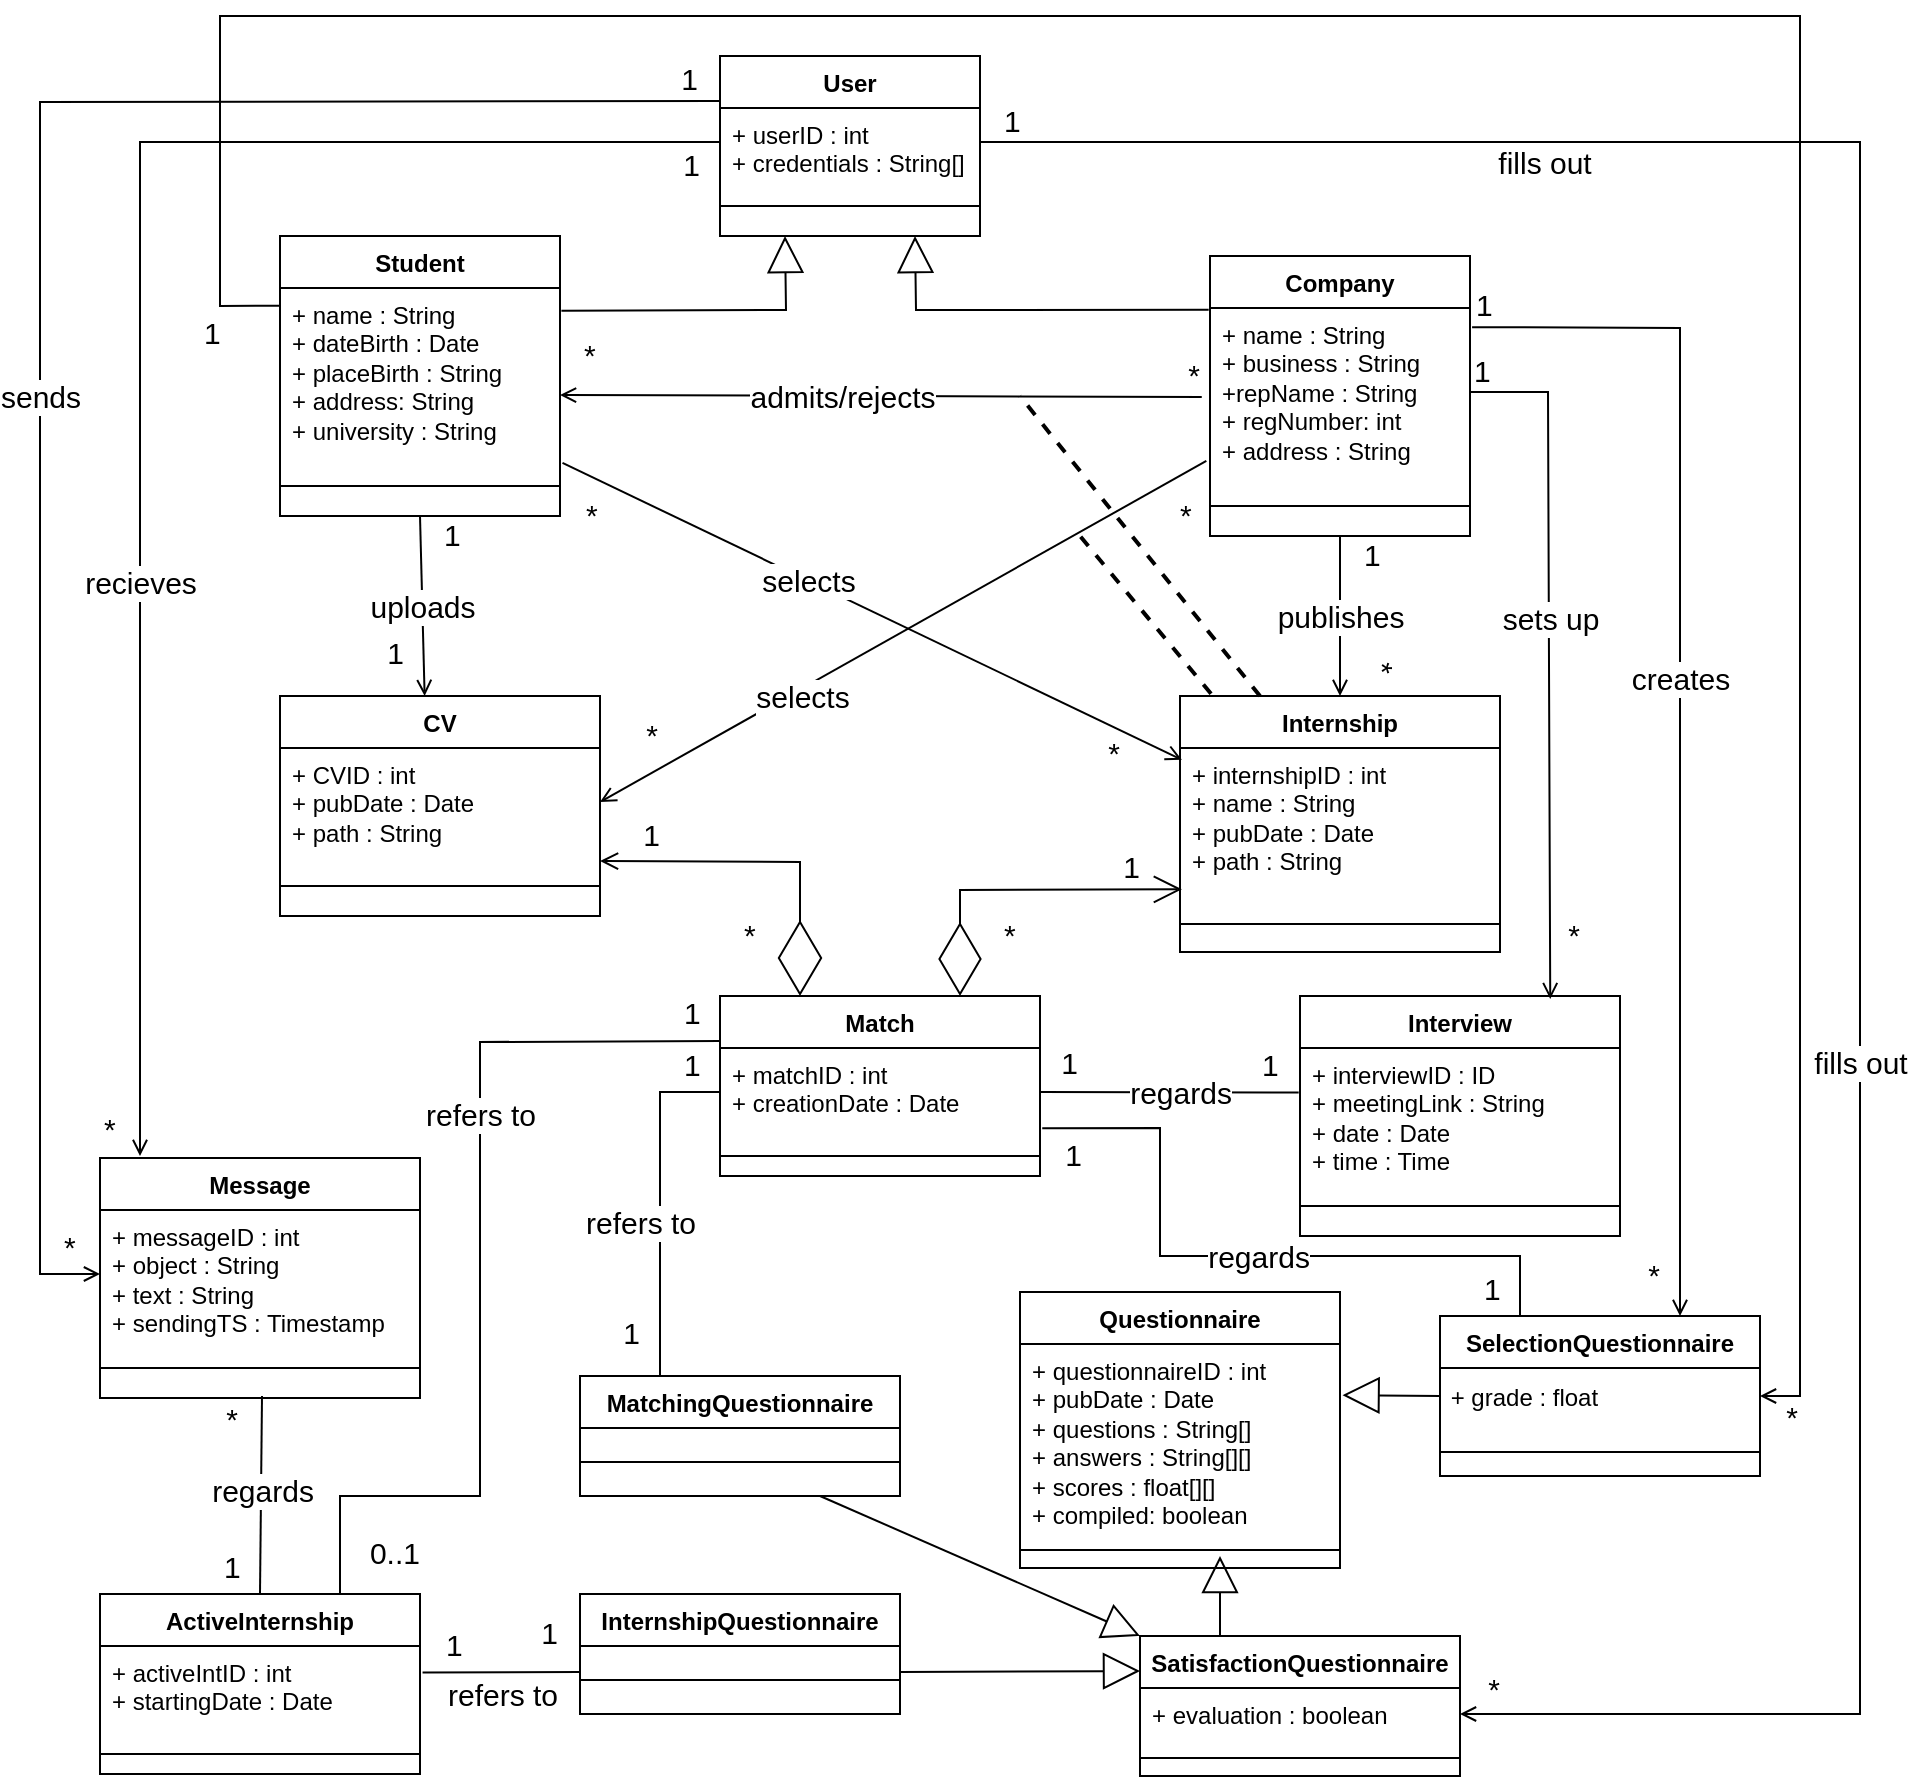
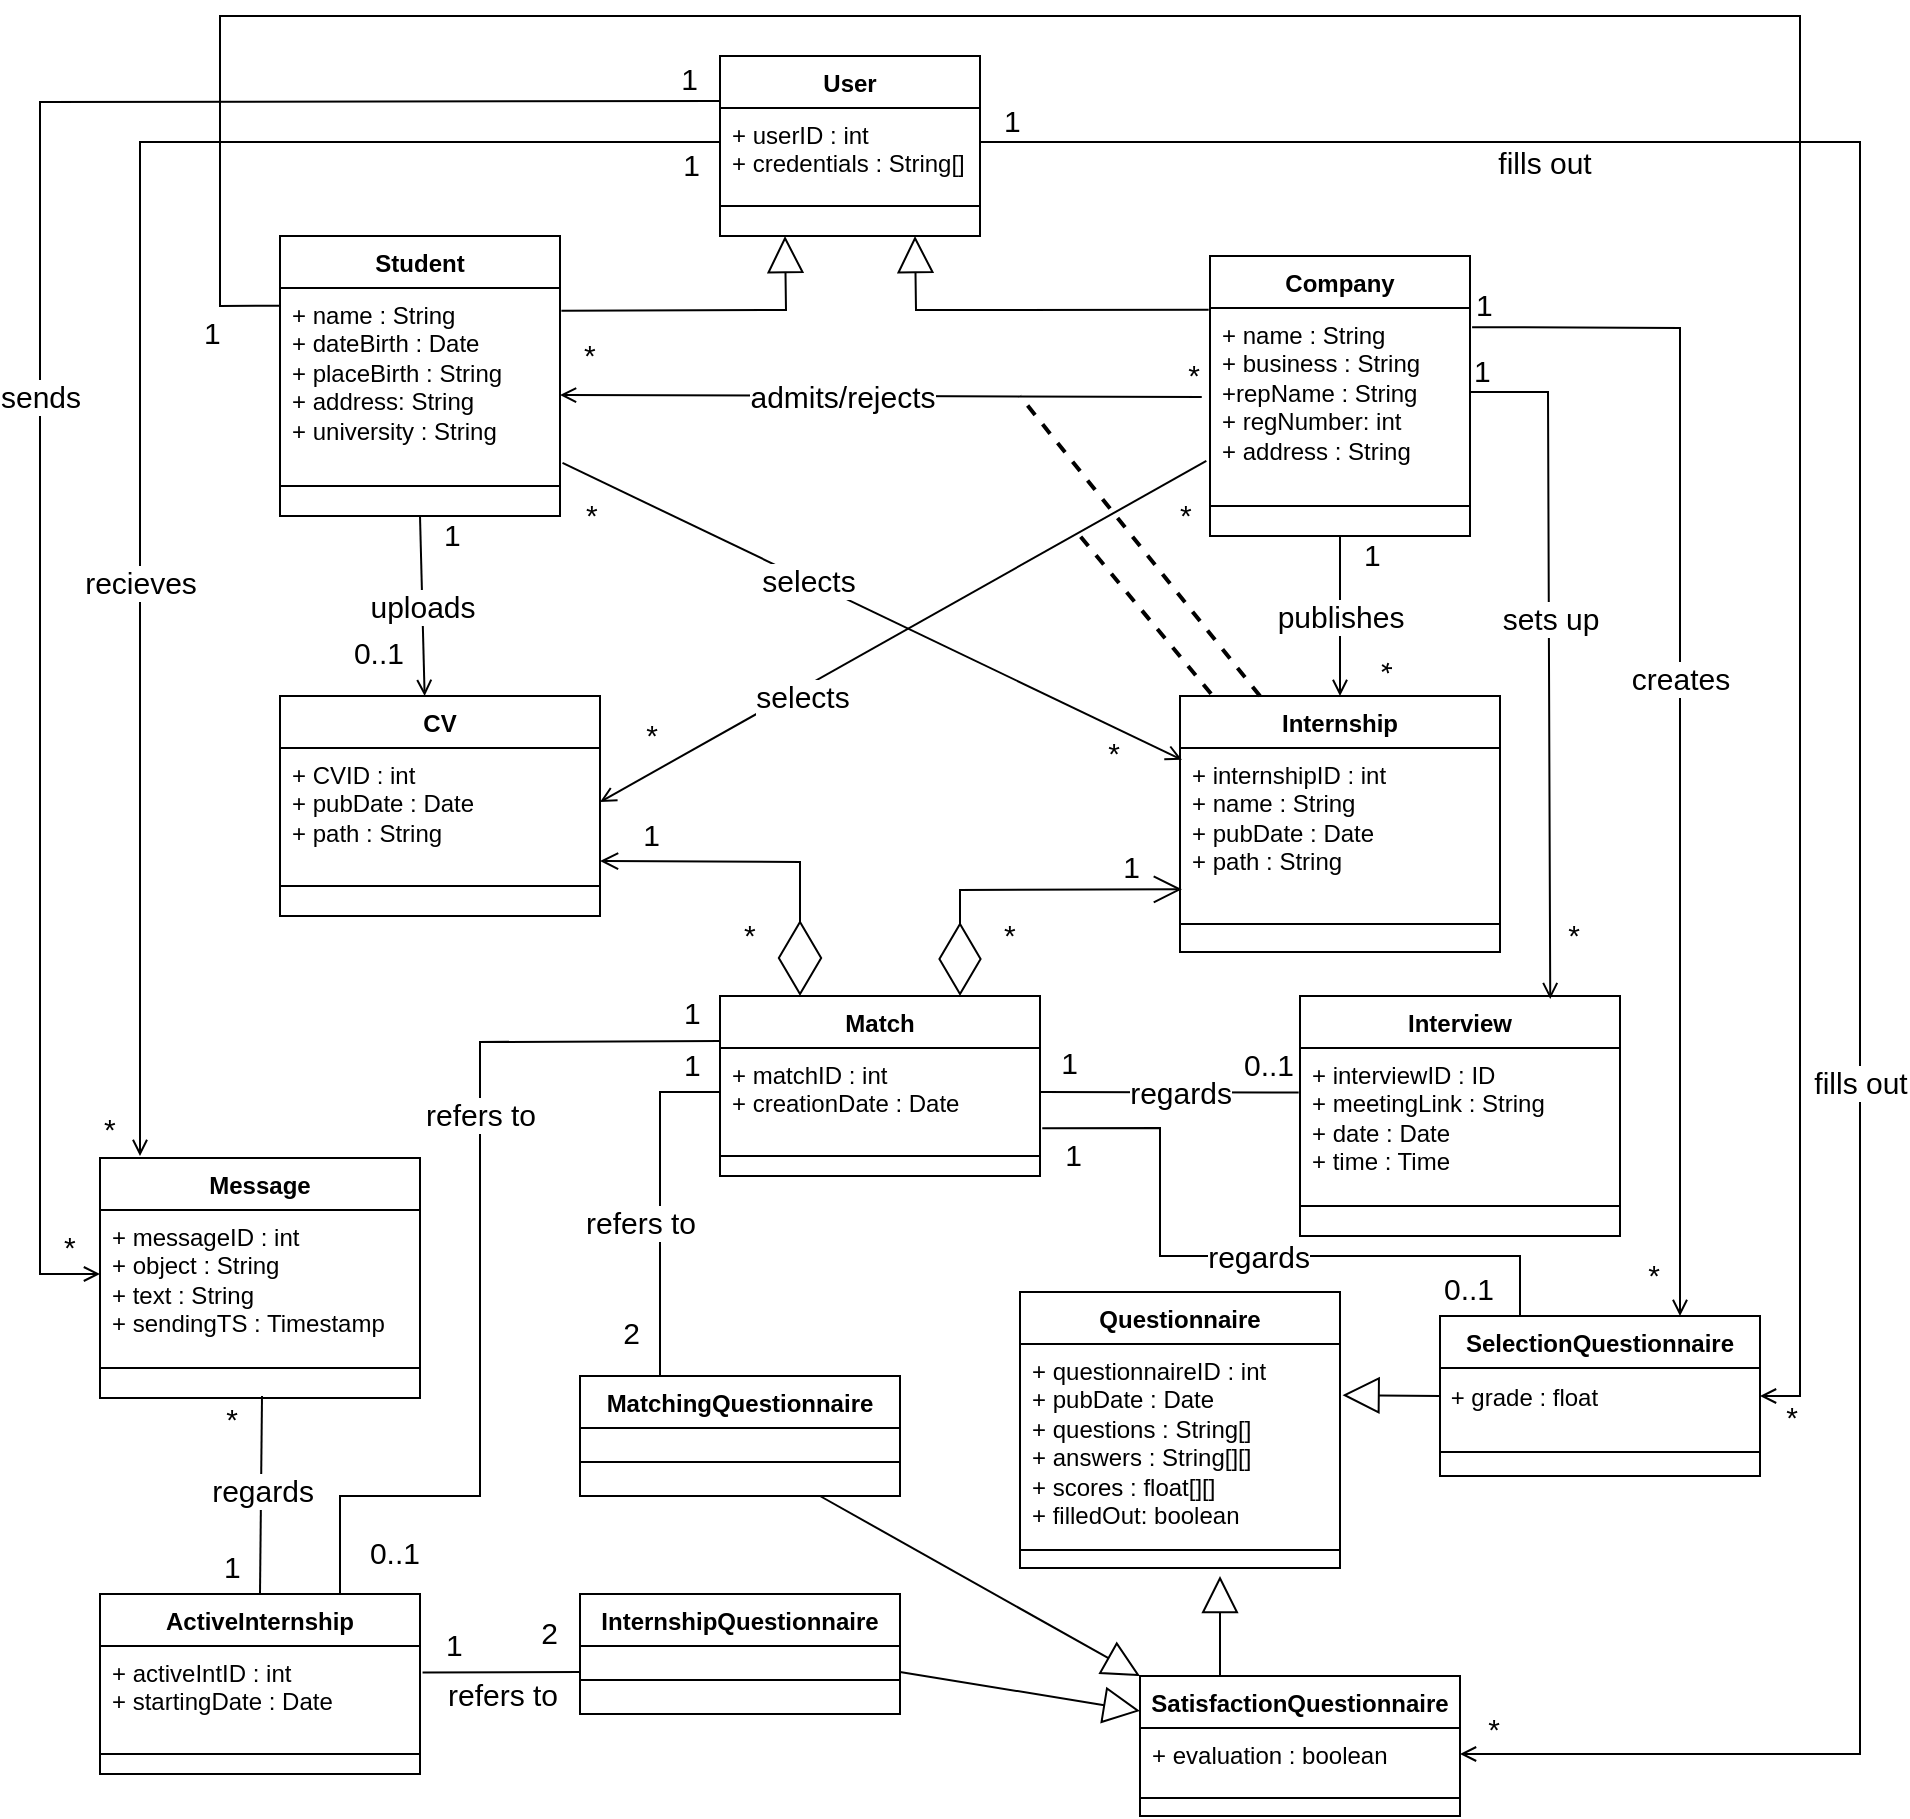
<mxfile host="app.diagrams.net" agent="Mozilla/5.0 (Macintosh; Intel Mac OS X 10_15_7) AppleWebKit/537.36 (KHTML, like Gecko) Chrome/131.0.0.0 Safari/537.36" version="24.9.0">
  <diagram id="C5RBs43oDa-KdzZeNtuy" name="Page-1">
-     <mxGraphModel dx="602" dy="503" grid="1" gridSize="10" guides="1" tooltips="1" connect="1" arrows="1" fold="1" page="1" pageScale="1" pageWidth="827" pageHeight="1169" math="0" shadow="0">
+     <mxGraphModel dx="803" dy="671" grid="1" gridSize="10" guides="1" tooltips="1" connect="1" arrows="1" fold="1" page="1" pageScale="1" pageWidth="827" pageHeight="1169" math="0" shadow="0">
      <root>
        <mxCell id="WIyWlLk6GJQsqaUBKTNV-0" />
        <mxCell id="WIyWlLk6GJQsqaUBKTNV-1" parent="WIyWlLk6GJQsqaUBKTNV-0" />
        <mxCell id="9t8VDN-Mv_ii3HWVubfZ-19" value="Student" style="swimlane;fontStyle=1;align=center;verticalAlign=top;childLayout=stackLayout;horizontal=1;startSize=26;horizontalStack=0;resizeParent=1;resizeParentMax=0;resizeLast=0;collapsible=1;marginBottom=0;whiteSpace=wrap;html=1;" parent="WIyWlLk6GJQsqaUBKTNV-1" vertex="1">
          <mxGeometry x="170" y="170" width="140" height="140" as="geometry" />
        </mxCell>
        <mxCell id="9t8VDN-Mv_ii3HWVubfZ-20" value="+ name : String&lt;div&gt;+ dateBirth : Date&lt;/div&gt;&lt;div&gt;+ placeBirth : String&lt;/div&gt;&lt;div&gt;+ address: String&lt;/div&gt;&lt;div&gt;+ university : String&lt;/div&gt;" style="text;strokeColor=none;fillColor=none;align=left;verticalAlign=top;spacingLeft=4;spacingRight=4;overflow=hidden;rotatable=0;points=[[0,0.5],[1,0.5]];portConstraint=eastwest;whiteSpace=wrap;html=1;" parent="9t8VDN-Mv_ii3HWVubfZ-19" vertex="1">
          <mxGeometry y="26" width="140" height="84" as="geometry" />
        </mxCell>
        <mxCell id="9t8VDN-Mv_ii3HWVubfZ-21" value="" style="line;strokeWidth=1;fillColor=none;align=left;verticalAlign=middle;spacingTop=-1;spacingLeft=3;spacingRight=3;rotatable=0;labelPosition=right;points=[];portConstraint=eastwest;strokeColor=inherit;" parent="9t8VDN-Mv_ii3HWVubfZ-19" vertex="1">
          <mxGeometry y="110" width="140" height="30" as="geometry" />
        </mxCell>
        <mxCell id="9t8VDN-Mv_ii3HWVubfZ-29" value="Company" style="swimlane;fontStyle=1;align=center;verticalAlign=top;childLayout=stackLayout;horizontal=1;startSize=26;horizontalStack=0;resizeParent=1;resizeParentMax=0;resizeLast=0;collapsible=1;marginBottom=0;whiteSpace=wrap;html=1;" parent="WIyWlLk6GJQsqaUBKTNV-1" vertex="1">
          <mxGeometry x="635" y="180" width="130" height="140" as="geometry" />
        </mxCell>
        <mxCell id="9t8VDN-Mv_ii3HWVubfZ-30" value="+ name : String&lt;div&gt;+ business : String&lt;/div&gt;&lt;div&gt;+repName : String&lt;/div&gt;&lt;div&gt;+ regNumber: int&lt;/div&gt;&lt;div&gt;+ address : String&lt;/div&gt;" style="text;strokeColor=none;fillColor=none;align=left;verticalAlign=top;spacingLeft=4;spacingRight=4;overflow=hidden;rotatable=0;points=[[0,0.5],[1,0.5]];portConstraint=eastwest;whiteSpace=wrap;html=1;" parent="9t8VDN-Mv_ii3HWVubfZ-29" vertex="1">
          <mxGeometry y="26" width="130" height="84" as="geometry" />
        </mxCell>
        <mxCell id="9t8VDN-Mv_ii3HWVubfZ-31" value="" style="line;strokeWidth=1;fillColor=none;align=left;verticalAlign=middle;spacingTop=-1;spacingLeft=3;spacingRight=3;rotatable=0;labelPosition=right;points=[];portConstraint=eastwest;strokeColor=inherit;" parent="9t8VDN-Mv_ii3HWVubfZ-29" vertex="1">
          <mxGeometry y="110" width="130" height="30" as="geometry" />
        </mxCell>
        <mxCell id="9t8VDN-Mv_ii3HWVubfZ-36" value="" style="endArrow=block;endSize=16;endFill=0;html=1;rounded=0;exitX=-0.005;exitY=0.01;exitDx=0;exitDy=0;entryX=0.75;entryY=1;entryDx=0;entryDy=0;exitPerimeter=0;" parent="WIyWlLk6GJQsqaUBKTNV-1" source="9t8VDN-Mv_ii3HWVubfZ-30" target="9t8VDN-Mv_ii3HWVubfZ-43" edge="1">
          <mxGeometry width="160" relative="1" as="geometry">
            <mxPoint x="510" y="310" as="sourcePoint" />
            <mxPoint x="270" y="100" as="targetPoint" />
            <Array as="points">
              <mxPoint x="488" y="207" />
            </Array>
          </mxGeometry>
        </mxCell>
        <mxCell id="9t8VDN-Mv_ii3HWVubfZ-37" value="" style="endArrow=block;endSize=16;endFill=0;html=1;rounded=0;exitX=1.005;exitY=0.136;exitDx=0;exitDy=0;entryX=0.25;entryY=1;entryDx=0;entryDy=0;exitPerimeter=0;" parent="WIyWlLk6GJQsqaUBKTNV-1" source="9t8VDN-Mv_ii3HWVubfZ-20" target="9t8VDN-Mv_ii3HWVubfZ-43" edge="1">
          <mxGeometry width="160" relative="1" as="geometry">
            <mxPoint x="510" y="310" as="sourcePoint" />
            <mxPoint x="520" y="30" as="targetPoint" />
            <Array as="points">
              <mxPoint x="423" y="207" />
            </Array>
          </mxGeometry>
        </mxCell>
        <mxCell id="9t8VDN-Mv_ii3HWVubfZ-39" value="CV" style="swimlane;fontStyle=1;align=center;verticalAlign=top;childLayout=stackLayout;horizontal=1;startSize=26;horizontalStack=0;resizeParent=1;resizeParentMax=0;resizeLast=0;collapsible=1;marginBottom=0;whiteSpace=wrap;html=1;" parent="WIyWlLk6GJQsqaUBKTNV-1" vertex="1">
          <mxGeometry x="170" y="400" width="160" height="110" as="geometry" />
        </mxCell>
        <mxCell id="9t8VDN-Mv_ii3HWVubfZ-40" value="+ CVID : int&lt;div&gt;+ pubDate : Date&lt;br&gt;&lt;div&gt;+ path : String&lt;br&gt;&lt;div&gt;&lt;br&gt;&lt;/div&gt;&lt;/div&gt;&lt;/div&gt;" style="text;strokeColor=none;fillColor=none;align=left;verticalAlign=top;spacingLeft=4;spacingRight=4;overflow=hidden;rotatable=0;points=[[0,0.5],[1,0.5]];portConstraint=eastwest;whiteSpace=wrap;html=1;" parent="9t8VDN-Mv_ii3HWVubfZ-39" vertex="1">
          <mxGeometry y="26" width="160" height="54" as="geometry" />
        </mxCell>
        <mxCell id="9t8VDN-Mv_ii3HWVubfZ-41" value="" style="line;strokeWidth=1;fillColor=none;align=left;verticalAlign=middle;spacingTop=-1;spacingLeft=3;spacingRight=3;rotatable=0;labelPosition=right;points=[];portConstraint=eastwest;strokeColor=inherit;" parent="9t8VDN-Mv_ii3HWVubfZ-39" vertex="1">
          <mxGeometry y="80" width="160" height="30" as="geometry" />
        </mxCell>
        <mxCell id="9t8VDN-Mv_ii3HWVubfZ-43" value="User" style="swimlane;fontStyle=1;align=center;verticalAlign=top;childLayout=stackLayout;horizontal=1;startSize=26;horizontalStack=0;resizeParent=1;resizeParentMax=0;resizeLast=0;collapsible=1;marginBottom=0;whiteSpace=wrap;html=1;" parent="WIyWlLk6GJQsqaUBKTNV-1" vertex="1">
          <mxGeometry x="390" y="80" width="130" height="90" as="geometry" />
        </mxCell>
        <mxCell id="9t8VDN-Mv_ii3HWVubfZ-44" value="&lt;div&gt;+ userID : int&lt;/div&gt;+ credentials : String[]" style="text;strokeColor=none;fillColor=none;align=left;verticalAlign=top;spacingLeft=4;spacingRight=4;overflow=hidden;rotatable=0;points=[[0,0.5],[1,0.5]];portConstraint=eastwest;whiteSpace=wrap;html=1;" parent="9t8VDN-Mv_ii3HWVubfZ-43" vertex="1">
          <mxGeometry y="26" width="130" height="34" as="geometry" />
        </mxCell>
        <mxCell id="9t8VDN-Mv_ii3HWVubfZ-45" value="" style="line;strokeWidth=1;fillColor=none;align=left;verticalAlign=middle;spacingTop=-1;spacingLeft=3;spacingRight=3;rotatable=0;labelPosition=right;points=[];portConstraint=eastwest;strokeColor=inherit;" parent="9t8VDN-Mv_ii3HWVubfZ-43" vertex="1">
          <mxGeometry y="60" width="130" height="30" as="geometry" />
        </mxCell>
        <mxCell id="9t8VDN-Mv_ii3HWVubfZ-49" value="" style="endArrow=open;html=1;rounded=0;startArrow=none;startFill=0;endFill=0;entryX=0.452;entryY=0;entryDx=0;entryDy=0;entryPerimeter=0;exitX=0.5;exitY=1;exitDx=0;exitDy=0;" parent="WIyWlLk6GJQsqaUBKTNV-1" source="9t8VDN-Mv_ii3HWVubfZ-19" target="9t8VDN-Mv_ii3HWVubfZ-39" edge="1">
          <mxGeometry relative="1" as="geometry">
            <mxPoint x="380" y="220" as="sourcePoint" />
            <mxPoint x="340" y="240" as="targetPoint" />
            <Array as="points" />
          </mxGeometry>
        </mxCell>
        <mxCell id="9t8VDN-Mv_ii3HWVubfZ-50" value="&lt;font style=&quot;font-size: 15px;&quot;&gt;uploads&lt;/font&gt;" style="edgeLabel;resizable=0;html=1;;align=center;verticalAlign=middle;" parent="9t8VDN-Mv_ii3HWVubfZ-49" connectable="0" vertex="1">
          <mxGeometry relative="1" as="geometry" />
        </mxCell>
        <mxCell id="9t8VDN-Mv_ii3HWVubfZ-51" value="&lt;font style=&quot;font-size: 15px;&quot;&gt;1&lt;/font&gt;" style="edgeLabel;resizable=0;html=1;;align=left;verticalAlign=bottom;" parent="9t8VDN-Mv_ii3HWVubfZ-49" connectable="0" vertex="1">
          <mxGeometry x="-1" relative="1" as="geometry">
            <mxPoint x="10" y="20" as="offset" />
          </mxGeometry>
        </mxCell>
-         <mxCell id="9t8VDN-Mv_ii3HWVubfZ-52" value="&lt;font style=&quot;font-size: 15px;&quot;&gt;1&lt;/font&gt;" style="edgeLabel;resizable=0;html=1;;align=right;verticalAlign=bottom;" parent="9t8VDN-Mv_ii3HWVubfZ-49" connectable="0" vertex="1">
+         <mxCell id="9t8VDN-Mv_ii3HWVubfZ-52" value="&lt;font style=&quot;font-size: 15px;&quot;&gt;0..1&lt;/font&gt;" style="edgeLabel;resizable=0;html=1;;align=right;verticalAlign=bottom;" parent="9t8VDN-Mv_ii3HWVubfZ-49" connectable="0" vertex="1">
          <mxGeometry x="1" relative="1" as="geometry">
            <mxPoint x="-10" y="-10" as="offset" />
          </mxGeometry>
        </mxCell>
        <mxCell id="9t8VDN-Mv_ii3HWVubfZ-53" value="Internship" style="swimlane;fontStyle=1;align=center;verticalAlign=top;childLayout=stackLayout;horizontal=1;startSize=26;horizontalStack=0;resizeParent=1;resizeParentMax=0;resizeLast=0;collapsible=1;marginBottom=0;whiteSpace=wrap;html=1;" parent="WIyWlLk6GJQsqaUBKTNV-1" vertex="1">
          <mxGeometry x="620" y="400" width="160" height="128" as="geometry" />
        </mxCell>
        <mxCell id="9t8VDN-Mv_ii3HWVubfZ-54" value="+ internshipID : int&lt;div&gt;+ name : String&lt;br&gt;&lt;div&gt;+ pubDate : Date&lt;/div&gt;&lt;div&gt;+ path : String&lt;/div&gt;&lt;div&gt;&lt;br&gt;&lt;/div&gt;&lt;/div&gt;" style="text;strokeColor=none;fillColor=none;align=left;verticalAlign=top;spacingLeft=4;spacingRight=4;overflow=hidden;rotatable=0;points=[[0,0.5],[1,0.5]];portConstraint=eastwest;whiteSpace=wrap;html=1;" parent="9t8VDN-Mv_ii3HWVubfZ-53" vertex="1">
          <mxGeometry y="26" width="160" height="74" as="geometry" />
        </mxCell>
        <mxCell id="9t8VDN-Mv_ii3HWVubfZ-55" value="" style="line;strokeWidth=1;fillColor=none;align=left;verticalAlign=middle;spacingTop=-1;spacingLeft=3;spacingRight=3;rotatable=0;labelPosition=right;points=[];portConstraint=eastwest;strokeColor=inherit;" parent="9t8VDN-Mv_ii3HWVubfZ-53" vertex="1">
          <mxGeometry y="100" width="160" height="28" as="geometry" />
        </mxCell>
        <mxCell id="9t8VDN-Mv_ii3HWVubfZ-57" value="" style="endArrow=open;html=1;rounded=0;startArrow=none;startFill=0;endFill=0;entryX=0.5;entryY=0;entryDx=0;entryDy=0;exitX=0.5;exitY=1;exitDx=0;exitDy=0;" parent="WIyWlLk6GJQsqaUBKTNV-1" source="9t8VDN-Mv_ii3HWVubfZ-29" target="9t8VDN-Mv_ii3HWVubfZ-53" edge="1">
          <mxGeometry relative="1" as="geometry">
            <mxPoint x="730" y="230" as="sourcePoint" />
            <mxPoint x="730" y="350" as="targetPoint" />
            <Array as="points" />
          </mxGeometry>
        </mxCell>
        <mxCell id="9t8VDN-Mv_ii3HWVubfZ-58" value="&lt;font style=&quot;font-size: 15px;&quot;&gt;publishes&lt;/font&gt;" style="edgeLabel;resizable=0;html=1;;align=center;verticalAlign=middle;" parent="9t8VDN-Mv_ii3HWVubfZ-57" connectable="0" vertex="1">
          <mxGeometry relative="1" as="geometry" />
        </mxCell>
        <mxCell id="9t8VDN-Mv_ii3HWVubfZ-59" value="&lt;font style=&quot;font-size: 15px;&quot;&gt;1&lt;/font&gt;" style="edgeLabel;resizable=0;html=1;;align=left;verticalAlign=bottom;" parent="9t8VDN-Mv_ii3HWVubfZ-57" connectable="0" vertex="1">
          <mxGeometry x="-1" relative="1" as="geometry">
            <mxPoint x="10" y="20" as="offset" />
          </mxGeometry>
        </mxCell>
        <mxCell id="9t8VDN-Mv_ii3HWVubfZ-60" value="&lt;font style=&quot;font-size: 15px;&quot;&gt;*&lt;/font&gt;" style="edgeLabel;resizable=0;html=1;;align=right;verticalAlign=bottom;rotation=90;" parent="9t8VDN-Mv_ii3HWVubfZ-57" connectable="0" vertex="1">
          <mxGeometry x="1" relative="1" as="geometry">
            <mxPoint x="11" y="-11" as="offset" />
          </mxGeometry>
        </mxCell>
        <mxCell id="9t8VDN-Mv_ii3HWVubfZ-72" value="" style="endArrow=open;html=1;rounded=0;startArrow=none;startFill=0;endFill=0;exitX=1.009;exitY=1.041;exitDx=0;exitDy=0;exitPerimeter=0;entryX=0.006;entryY=0.08;entryDx=0;entryDy=0;entryPerimeter=0;" parent="WIyWlLk6GJQsqaUBKTNV-1" source="9t8VDN-Mv_ii3HWVubfZ-20" target="9t8VDN-Mv_ii3HWVubfZ-54" edge="1">
          <mxGeometry relative="1" as="geometry">
            <mxPoint x="370" y="440" as="sourcePoint" />
            <mxPoint x="560" y="460" as="targetPoint" />
            <Array as="points" />
          </mxGeometry>
        </mxCell>
        <mxCell id="9t8VDN-Mv_ii3HWVubfZ-73" value="&lt;font style=&quot;font-size: 15px;&quot;&gt;selects&lt;/font&gt;" style="edgeLabel;resizable=0;html=1;;align=center;verticalAlign=middle;" parent="9t8VDN-Mv_ii3HWVubfZ-72" connectable="0" vertex="1">
          <mxGeometry relative="1" as="geometry">
            <mxPoint x="-32" y="-16" as="offset" />
          </mxGeometry>
        </mxCell>
        <mxCell id="9t8VDN-Mv_ii3HWVubfZ-74" value="&lt;font style=&quot;font-size: 15px;&quot;&gt;*&lt;/font&gt;" style="edgeLabel;resizable=0;html=1;;align=left;verticalAlign=bottom;" parent="9t8VDN-Mv_ii3HWVubfZ-72" connectable="0" vertex="1">
          <mxGeometry x="-1" relative="1" as="geometry">
            <mxPoint x="10" y="37" as="offset" />
          </mxGeometry>
        </mxCell>
        <mxCell id="9t8VDN-Mv_ii3HWVubfZ-75" value="&lt;font style=&quot;font-size: 15px;&quot;&gt;*&lt;/font&gt;" style="edgeLabel;resizable=0;html=1;;align=right;verticalAlign=bottom;" parent="9t8VDN-Mv_ii3HWVubfZ-72" connectable="0" vertex="1">
          <mxGeometry x="1" relative="1" as="geometry">
            <mxPoint x="-31" y="8" as="offset" />
          </mxGeometry>
        </mxCell>
        <mxCell id="9t8VDN-Mv_ii3HWVubfZ-80" value="Match" style="swimlane;fontStyle=1;align=center;verticalAlign=top;childLayout=stackLayout;horizontal=1;startSize=26;horizontalStack=0;resizeParent=1;resizeParentMax=0;resizeLast=0;collapsible=1;marginBottom=0;whiteSpace=wrap;html=1;" parent="WIyWlLk6GJQsqaUBKTNV-1" vertex="1">
          <mxGeometry x="390" y="550" width="160" height="90" as="geometry" />
        </mxCell>
        <mxCell id="9t8VDN-Mv_ii3HWVubfZ-81" value="+ matchID : int&lt;div&gt;+ creationDate : Date&lt;/div&gt;" style="text;strokeColor=none;fillColor=none;align=left;verticalAlign=top;spacingLeft=4;spacingRight=4;overflow=hidden;rotatable=0;points=[[0,0.5],[1,0.5]];portConstraint=eastwest;whiteSpace=wrap;html=1;" parent="9t8VDN-Mv_ii3HWVubfZ-80" vertex="1">
          <mxGeometry y="26" width="160" height="44" as="geometry" />
        </mxCell>
        <mxCell id="9t8VDN-Mv_ii3HWVubfZ-82" value="" style="line;strokeWidth=1;fillColor=none;align=left;verticalAlign=middle;spacingTop=-1;spacingLeft=3;spacingRight=3;rotatable=0;labelPosition=right;points=[];portConstraint=eastwest;strokeColor=inherit;" parent="9t8VDN-Mv_ii3HWVubfZ-80" vertex="1">
          <mxGeometry y="70" width="160" height="20" as="geometry" />
        </mxCell>
        <mxCell id="9t8VDN-Mv_ii3HWVubfZ-84" value="" style="endArrow=open;html=1;rounded=0;startArrow=none;startFill=0;endFill=0;exitX=-0.014;exitY=0.91;exitDx=0;exitDy=0;entryX=1;entryY=0.5;entryDx=0;entryDy=0;exitPerimeter=0;" parent="WIyWlLk6GJQsqaUBKTNV-1" source="9t8VDN-Mv_ii3HWVubfZ-30" target="9t8VDN-Mv_ii3HWVubfZ-40" edge="1">
          <mxGeometry relative="1" as="geometry">
            <mxPoint x="610" y="320" as="sourcePoint" />
            <mxPoint x="650" y="290" as="targetPoint" />
            <Array as="points" />
          </mxGeometry>
        </mxCell>
        <mxCell id="9t8VDN-Mv_ii3HWVubfZ-85" value="&lt;font style=&quot;font-size: 15px;&quot;&gt;selects&lt;/font&gt;" style="edgeLabel;resizable=0;html=1;;align=center;verticalAlign=middle;" parent="9t8VDN-Mv_ii3HWVubfZ-84" connectable="0" vertex="1">
          <mxGeometry relative="1" as="geometry">
            <mxPoint x="-51" y="32" as="offset" />
          </mxGeometry>
        </mxCell>
        <mxCell id="9t8VDN-Mv_ii3HWVubfZ-86" value="&lt;font style=&quot;font-size: 15px;&quot;&gt;*&lt;/font&gt;" style="edgeLabel;resizable=0;html=1;;align=left;verticalAlign=bottom;" parent="9t8VDN-Mv_ii3HWVubfZ-84" connectable="0" vertex="1">
          <mxGeometry x="-1" relative="1" as="geometry">
            <mxPoint x="-15" y="38" as="offset" />
          </mxGeometry>
        </mxCell>
        <mxCell id="9t8VDN-Mv_ii3HWVubfZ-87" value="&lt;font style=&quot;font-size: 15px;&quot;&gt;*&lt;/font&gt;" style="edgeLabel;resizable=0;html=1;;align=right;verticalAlign=bottom;" parent="9t8VDN-Mv_ii3HWVubfZ-84" connectable="0" vertex="1">
          <mxGeometry x="1" relative="1" as="geometry">
            <mxPoint x="30" y="-23" as="offset" />
          </mxGeometry>
        </mxCell>
        <mxCell id="9t8VDN-Mv_ii3HWVubfZ-89" value="" style="endArrow=open;html=1;rounded=0;startArrow=diamondThin;startFill=0;targetPerimeterSpacing=0;endSize=7;startSize=35;entryX=1;entryY=0.75;entryDx=0;entryDy=0;endFill=0;exitX=0.25;exitY=0;exitDx=0;exitDy=0;" parent="WIyWlLk6GJQsqaUBKTNV-1" source="9t8VDN-Mv_ii3HWVubfZ-80" target="9t8VDN-Mv_ii3HWVubfZ-39" edge="1">
          <mxGeometry relative="1" as="geometry">
            <mxPoint x="510" y="450" as="sourcePoint" />
            <mxPoint x="350" y="350" as="targetPoint" />
            <Array as="points">
              <mxPoint x="430" y="483" />
            </Array>
          </mxGeometry>
        </mxCell>
        <mxCell id="9t8VDN-Mv_ii3HWVubfZ-91" value="&lt;font style=&quot;font-size: 15px;&quot;&gt;*&lt;/font&gt;" style="edgeLabel;resizable=0;html=1;;align=left;verticalAlign=bottom;" parent="9t8VDN-Mv_ii3HWVubfZ-89" connectable="0" vertex="1">
          <mxGeometry x="-1" relative="1" as="geometry">
            <mxPoint x="-30" y="-20" as="offset" />
          </mxGeometry>
        </mxCell>
        <mxCell id="9t8VDN-Mv_ii3HWVubfZ-92" value="&lt;font style=&quot;font-size: 15px;&quot;&gt;1&lt;/font&gt;" style="edgeLabel;resizable=0;html=1;;align=right;verticalAlign=bottom;" parent="9t8VDN-Mv_ii3HWVubfZ-89" connectable="0" vertex="1">
          <mxGeometry x="1" relative="1" as="geometry">
            <mxPoint x="30" y="-2" as="offset" />
          </mxGeometry>
        </mxCell>
        <mxCell id="9t8VDN-Mv_ii3HWVubfZ-93" value="" style="endArrow=open;html=1;rounded=0;exitX=0.75;exitY=0;exitDx=0;exitDy=0;startArrow=diamondThin;startFill=0;endSize=12;startSize=34;endFill=0;entryX=0.006;entryY=0.955;entryDx=0;entryDy=0;entryPerimeter=0;" parent="WIyWlLk6GJQsqaUBKTNV-1" source="9t8VDN-Mv_ii3HWVubfZ-80" target="9t8VDN-Mv_ii3HWVubfZ-54" edge="1">
          <mxGeometry relative="1" as="geometry">
            <mxPoint x="650" y="426" as="sourcePoint" />
            <mxPoint x="910" y="300" as="targetPoint" />
            <Array as="points">
              <mxPoint x="510" y="497" />
            </Array>
          </mxGeometry>
        </mxCell>
        <mxCell id="9t8VDN-Mv_ii3HWVubfZ-95" value="&lt;font style=&quot;font-size: 15px;&quot;&gt;*&lt;/font&gt;" style="edgeLabel;resizable=0;html=1;;align=left;verticalAlign=bottom;" parent="9t8VDN-Mv_ii3HWVubfZ-93" connectable="0" vertex="1">
          <mxGeometry x="-1" relative="1" as="geometry">
            <mxPoint x="20" y="-20" as="offset" />
          </mxGeometry>
        </mxCell>
        <mxCell id="9t8VDN-Mv_ii3HWVubfZ-96" value="&lt;font style=&quot;font-size: 15px;&quot;&gt;1&lt;/font&gt;" style="edgeLabel;resizable=0;html=1;;align=right;verticalAlign=bottom;" parent="9t8VDN-Mv_ii3HWVubfZ-93" connectable="0" vertex="1">
          <mxGeometry x="1" relative="1" as="geometry">
            <mxPoint x="-20" as="offset" />
          </mxGeometry>
        </mxCell>
        <mxCell id="9t8VDN-Mv_ii3HWVubfZ-98" value="" style="endArrow=none;dashed=1;html=1;strokeWidth=2;rounded=0;exitX=0.097;exitY=-0.009;exitDx=0;exitDy=0;exitPerimeter=0;" parent="WIyWlLk6GJQsqaUBKTNV-1" source="9t8VDN-Mv_ii3HWVubfZ-53" edge="1">
          <mxGeometry width="50" height="50" relative="1" as="geometry">
            <mxPoint x="630" y="396" as="sourcePoint" />
            <mxPoint x="570" y="320" as="targetPoint" />
          </mxGeometry>
        </mxCell>
        <mxCell id="9t8VDN-Mv_ii3HWVubfZ-99" value="Interview" style="swimlane;fontStyle=1;align=center;verticalAlign=top;childLayout=stackLayout;horizontal=1;startSize=26;horizontalStack=0;resizeParent=1;resizeParentMax=0;resizeLast=0;collapsible=1;marginBottom=0;whiteSpace=wrap;html=1;" parent="WIyWlLk6GJQsqaUBKTNV-1" vertex="1">
          <mxGeometry x="680" y="550" width="160" height="120" as="geometry" />
        </mxCell>
        <mxCell id="9t8VDN-Mv_ii3HWVubfZ-100" value="&lt;div&gt;+ interviewID : ID&lt;/div&gt;+ meetingLink : String&lt;div&gt;+ date : Date&lt;/div&gt;&lt;div&gt;+ time : Time&lt;/div&gt;" style="text;strokeColor=none;fillColor=none;align=left;verticalAlign=top;spacingLeft=4;spacingRight=4;overflow=hidden;rotatable=0;points=[[0,0.5],[1,0.5]];portConstraint=eastwest;whiteSpace=wrap;html=1;" parent="9t8VDN-Mv_ii3HWVubfZ-99" vertex="1">
          <mxGeometry y="26" width="160" height="64" as="geometry" />
        </mxCell>
        <mxCell id="9t8VDN-Mv_ii3HWVubfZ-101" value="" style="line;strokeWidth=1;fillColor=none;align=left;verticalAlign=middle;spacingTop=-1;spacingLeft=3;spacingRight=3;rotatable=0;labelPosition=right;points=[];portConstraint=eastwest;strokeColor=inherit;" parent="9t8VDN-Mv_ii3HWVubfZ-99" vertex="1">
          <mxGeometry y="90" width="160" height="30" as="geometry" />
        </mxCell>
        <mxCell id="9t8VDN-Mv_ii3HWVubfZ-103" value="" style="endArrow=none;html=1;rounded=0;startArrow=none;startFill=0;endFill=0;entryX=1;entryY=0.5;entryDx=0;entryDy=0;exitX=-0.004;exitY=0.348;exitDx=0;exitDy=0;exitPerimeter=0;" parent="WIyWlLk6GJQsqaUBKTNV-1" source="9t8VDN-Mv_ii3HWVubfZ-100" target="9t8VDN-Mv_ii3HWVubfZ-81" edge="1">
          <mxGeometry relative="1" as="geometry">
            <mxPoint x="670" y="598" as="sourcePoint" />
            <mxPoint x="75" y="995" as="targetPoint" />
            <Array as="points" />
          </mxGeometry>
        </mxCell>
        <mxCell id="9t8VDN-Mv_ii3HWVubfZ-104" value="&lt;font style=&quot;font-size: 15px;&quot;&gt;regards&lt;/font&gt;" style="edgeLabel;resizable=0;html=1;;align=center;verticalAlign=middle;" parent="9t8VDN-Mv_ii3HWVubfZ-103" connectable="0" vertex="1">
          <mxGeometry relative="1" as="geometry">
            <mxPoint x="5" as="offset" />
          </mxGeometry>
        </mxCell>
-         <mxCell id="9t8VDN-Mv_ii3HWVubfZ-105" value="&lt;font style=&quot;font-size: 15px;&quot;&gt;1&lt;/font&gt;" style="edgeLabel;resizable=0;html=1;;align=left;verticalAlign=bottom;" parent="9t8VDN-Mv_ii3HWVubfZ-103" connectable="0" vertex="1">
-           <mxGeometry x="-1" relative="1" as="geometry">
-             <mxPoint x="-20" y="-3" as="offset" />
+         <mxCell id="9t8VDN-Mv_ii3HWVubfZ-105" value="&lt;font style=&quot;font-size: 15px;&quot;&gt;0..1&lt;/font&gt;" style="edgeLabel;resizable=0;html=1;;align=left;verticalAlign=bottom;" parent="9t8VDN-Mv_ii3HWVubfZ-103" connectable="0" vertex="1">
+           <mxGeometry x="-1" relative="1" as="geometry">
+             <mxPoint x="-29" y="-3" as="offset" />
          </mxGeometry>
        </mxCell>
        <mxCell id="9t8VDN-Mv_ii3HWVubfZ-106" value="&lt;font style=&quot;font-size: 15px;&quot;&gt;1&lt;/font&gt;" style="edgeLabel;resizable=0;html=1;;align=right;verticalAlign=bottom;imageWidth=38;imageHeight=33;" parent="9t8VDN-Mv_ii3HWVubfZ-103" connectable="0" vertex="1">
          <mxGeometry x="1" relative="1" as="geometry">
            <mxPoint x="20" y="-3" as="offset" />
          </mxGeometry>
        </mxCell>
        <mxCell id="9t8VDN-Mv_ii3HWVubfZ-107" value="" style="endArrow=open;html=1;rounded=0;exitX=1;exitY=0.5;exitDx=0;exitDy=0;entryX=0.782;entryY=0.013;entryDx=0;entryDy=0;entryPerimeter=0;endFill=0;" parent="WIyWlLk6GJQsqaUBKTNV-1" source="9t8VDN-Mv_ii3HWVubfZ-30" target="9t8VDN-Mv_ii3HWVubfZ-99" edge="1">
          <mxGeometry relative="1" as="geometry">
            <mxPoint x="790" y="320" as="sourcePoint" />
            <mxPoint x="810" y="440" as="targetPoint" />
            <Array as="points">
              <mxPoint x="804" y="248" />
            </Array>
          </mxGeometry>
        </mxCell>
        <mxCell id="9t8VDN-Mv_ii3HWVubfZ-108" value="&lt;font style=&quot;font-size: 15px;&quot;&gt;sets up&lt;/font&gt;" style="edgeLabel;resizable=0;html=1;;align=center;verticalAlign=middle;" parent="9t8VDN-Mv_ii3HWVubfZ-107" connectable="0" vertex="1">
          <mxGeometry relative="1" as="geometry">
            <mxPoint y="-20" as="offset" />
          </mxGeometry>
        </mxCell>
        <mxCell id="9t8VDN-Mv_ii3HWVubfZ-109" value="&lt;font style=&quot;font-size: 15px;&quot;&gt;1&lt;/font&gt;" style="edgeLabel;resizable=0;html=1;;align=left;verticalAlign=bottom;" parent="9t8VDN-Mv_ii3HWVubfZ-107" connectable="0" vertex="1">
          <mxGeometry x="-1" relative="1" as="geometry" />
        </mxCell>
        <mxCell id="9t8VDN-Mv_ii3HWVubfZ-110" value="&lt;font style=&quot;font-size: 15px;&quot;&gt;*&lt;/font&gt;" style="edgeLabel;resizable=0;html=1;;align=right;verticalAlign=bottom;" parent="9t8VDN-Mv_ii3HWVubfZ-107" connectable="0" vertex="1">
          <mxGeometry x="1" relative="1" as="geometry">
            <mxPoint x="15" y="-21" as="offset" />
          </mxGeometry>
        </mxCell>
        <mxCell id="9t8VDN-Mv_ii3HWVubfZ-111" value="Questionnaire" style="swimlane;fontStyle=1;align=center;verticalAlign=top;childLayout=stackLayout;horizontal=1;startSize=26;horizontalStack=0;resizeParent=1;resizeParentMax=0;resizeLast=0;collapsible=1;marginBottom=0;whiteSpace=wrap;html=1;" parent="WIyWlLk6GJQsqaUBKTNV-1" vertex="1">
          <mxGeometry x="540" y="698" width="160" height="138" as="geometry" />
        </mxCell>
-         <mxCell id="9t8VDN-Mv_ii3HWVubfZ-112" value="&lt;div&gt;+ questionnaireID : int&lt;/div&gt;+ pubDate : Date&lt;div&gt;+ questions : String[]&lt;/div&gt;&lt;div&gt;+ answers : String[][]&lt;/div&gt;&lt;div&gt;+ scores : float[][]&lt;/div&gt;&lt;div&gt;+ compiled: boolean&lt;/div&gt;" style="text;strokeColor=none;fillColor=none;align=left;verticalAlign=top;spacingLeft=4;spacingRight=4;overflow=hidden;rotatable=0;points=[[0,0.5],[1,0.5]];portConstraint=eastwest;whiteSpace=wrap;html=1;" parent="9t8VDN-Mv_ii3HWVubfZ-111" vertex="1">
+         <mxCell id="9t8VDN-Mv_ii3HWVubfZ-112" value="&lt;div&gt;+ questionnaireID : int&lt;/div&gt;+ pubDate : Date&lt;div&gt;+ questions : String[]&lt;/div&gt;&lt;div&gt;+ answers : String[][]&lt;/div&gt;&lt;div&gt;+ scores : float[][]&lt;/div&gt;&lt;div&gt;+ filledOut: boolean&lt;/div&gt;" style="text;strokeColor=none;fillColor=none;align=left;verticalAlign=top;spacingLeft=4;spacingRight=4;overflow=hidden;rotatable=0;points=[[0,0.5],[1,0.5]];portConstraint=eastwest;whiteSpace=wrap;html=1;" parent="9t8VDN-Mv_ii3HWVubfZ-111" vertex="1">
          <mxGeometry y="26" width="160" height="94" as="geometry" />
        </mxCell>
        <mxCell id="9t8VDN-Mv_ii3HWVubfZ-113" value="" style="line;strokeWidth=1;fillColor=none;align=left;verticalAlign=middle;spacingTop=-1;spacingLeft=3;spacingRight=3;rotatable=0;labelPosition=right;points=[];portConstraint=eastwest;strokeColor=inherit;" parent="9t8VDN-Mv_ii3HWVubfZ-111" vertex="1">
          <mxGeometry y="120" width="160" height="18" as="geometry" />
        </mxCell>
        <mxCell id="9t8VDN-Mv_ii3HWVubfZ-115" value="SelectionQuestionnaire" style="swimlane;fontStyle=1;align=center;verticalAlign=top;childLayout=stackLayout;horizontal=1;startSize=26;horizontalStack=0;resizeParent=1;resizeParentMax=0;resizeLast=0;collapsible=1;marginBottom=0;whiteSpace=wrap;html=1;" parent="WIyWlLk6GJQsqaUBKTNV-1" vertex="1">
          <mxGeometry x="750" y="710" width="160" height="80" as="geometry" />
        </mxCell>
        <mxCell id="9t8VDN-Mv_ii3HWVubfZ-183" value="&amp;nbsp;+ grade : float&amp;nbsp;&amp;nbsp;" style="text;html=1;align=left;verticalAlign=middle;resizable=0;points=[];autosize=1;strokeColor=none;fillColor=none;" parent="9t8VDN-Mv_ii3HWVubfZ-115" vertex="1">
          <mxGeometry y="26" width="160" height="30" as="geometry" />
        </mxCell>
        <mxCell id="9t8VDN-Mv_ii3HWVubfZ-117" value="" style="line;strokeWidth=1;fillColor=none;align=left;verticalAlign=middle;spacingTop=-1;spacingLeft=3;spacingRight=3;rotatable=0;labelPosition=right;points=[];portConstraint=eastwest;strokeColor=inherit;" parent="9t8VDN-Mv_ii3HWVubfZ-115" vertex="1">
          <mxGeometry y="56" width="160" height="24" as="geometry" />
        </mxCell>
        <mxCell id="9t8VDN-Mv_ii3HWVubfZ-118" value="" style="endArrow=block;endSize=16;endFill=0;html=1;rounded=0;exitX=0;exitY=0.5;exitDx=0;exitDy=0;entryX=1.008;entryY=0.272;entryDx=0;entryDy=0;entryPerimeter=0;" parent="WIyWlLk6GJQsqaUBKTNV-1" source="9t8VDN-Mv_ii3HWVubfZ-115" target="9t8VDN-Mv_ii3HWVubfZ-112" edge="1">
          <mxGeometry width="160" relative="1" as="geometry">
            <mxPoint x="590" y="680" as="sourcePoint" />
            <mxPoint x="700" y="756" as="targetPoint" />
          </mxGeometry>
        </mxCell>
        <mxCell id="9t8VDN-Mv_ii3HWVubfZ-119" value="" style="endArrow=open;html=1;rounded=0;exitX=1.008;exitY=0.114;exitDx=0;exitDy=0;exitPerimeter=0;entryX=0.75;entryY=0;entryDx=0;entryDy=0;endFill=0;" parent="WIyWlLk6GJQsqaUBKTNV-1" source="9t8VDN-Mv_ii3HWVubfZ-30" target="9t8VDN-Mv_ii3HWVubfZ-115" edge="1">
          <mxGeometry relative="1" as="geometry">
            <mxPoint x="790" y="200" as="sourcePoint" />
            <mxPoint x="870" y="670" as="targetPoint" />
            <Array as="points">
              <mxPoint x="870" y="216" />
            </Array>
          </mxGeometry>
        </mxCell>
        <mxCell id="9t8VDN-Mv_ii3HWVubfZ-120" value="&lt;font style=&quot;font-size: 15px;&quot;&gt;creates&lt;/font&gt;" style="edgeLabel;resizable=0;html=1;;align=center;verticalAlign=middle;" parent="9t8VDN-Mv_ii3HWVubfZ-119" connectable="0" vertex="1">
          <mxGeometry relative="1" as="geometry">
            <mxPoint y="-20" as="offset" />
          </mxGeometry>
        </mxCell>
        <mxCell id="9t8VDN-Mv_ii3HWVubfZ-121" value="&lt;font style=&quot;font-size: 15px;&quot;&gt;1&lt;/font&gt;" style="edgeLabel;resizable=0;html=1;;align=left;verticalAlign=bottom;" parent="9t8VDN-Mv_ii3HWVubfZ-119" connectable="0" vertex="1">
          <mxGeometry x="-1" relative="1" as="geometry" />
        </mxCell>
        <mxCell id="9t8VDN-Mv_ii3HWVubfZ-122" value="&lt;font style=&quot;font-size: 15px;&quot;&gt;*&lt;/font&gt;" style="edgeLabel;resizable=0;html=1;;align=right;verticalAlign=bottom;" parent="9t8VDN-Mv_ii3HWVubfZ-119" connectable="0" vertex="1">
          <mxGeometry x="1" relative="1" as="geometry">
            <mxPoint x="-10" y="-10" as="offset" />
          </mxGeometry>
        </mxCell>
-         <mxCell id="9t8VDN-Mv_ii3HWVubfZ-125" value="" style="endArrow=block;endSize=16;endFill=0;html=1;rounded=0;exitX=0.25;exitY=0;exitDx=0;exitDy=0;" parent="WIyWlLk6GJQsqaUBKTNV-1" edge="1">
+         <mxCell id="9t8VDN-Mv_ii3HWVubfZ-125" value="" style="endArrow=block;endSize=16;endFill=0;html=1;rounded=0;exitX=0.25;exitY=0;exitDx=0;exitDy=0;" parent="WIyWlLk6GJQsqaUBKTNV-1" edge="1" source="9t8VDN-Mv_ii3HWVubfZ-188">
          <mxGeometry width="160" relative="1" as="geometry">
            <mxPoint x="640" y="870" as="sourcePoint" />
-             <mxPoint x="640" y="830" as="targetPoint" />
+             <mxPoint x="640" y="840" as="targetPoint" />
          </mxGeometry>
        </mxCell>
        <mxCell id="9t8VDN-Mv_ii3HWVubfZ-126" value="" style="endArrow=open;html=1;rounded=0;exitX=0.002;exitY=0.105;exitDx=0;exitDy=0;exitPerimeter=0;entryX=1;entryY=0.5;entryDx=0;entryDy=0;endFill=0;" parent="WIyWlLk6GJQsqaUBKTNV-1" source="9t8VDN-Mv_ii3HWVubfZ-20" target="9t8VDN-Mv_ii3HWVubfZ-115" edge="1">
          <mxGeometry relative="1" as="geometry">
            <mxPoint x="290" y="210" as="sourcePoint" />
            <mxPoint x="880" y="790" as="targetPoint" />
            <Array as="points">
              <mxPoint x="140" y="205" />
              <mxPoint x="140" y="60" />
              <mxPoint x="930" y="60" />
              <mxPoint x="930" y="750" />
            </Array>
          </mxGeometry>
        </mxCell>
        <mxCell id="9t8VDN-Mv_ii3HWVubfZ-127" value="&lt;font style=&quot;font-size: 15px;&quot;&gt;fills out&lt;/font&gt;" style="edgeLabel;resizable=0;html=1;;align=center;verticalAlign=middle;" parent="9t8VDN-Mv_ii3HWVubfZ-126" connectable="0" vertex="1">
          <mxGeometry relative="1" as="geometry">
            <mxPoint y="73" as="offset" />
          </mxGeometry>
        </mxCell>
        <mxCell id="9t8VDN-Mv_ii3HWVubfZ-128" value="&lt;font style=&quot;font-size: 15px;&quot;&gt;1&lt;/font&gt;" style="edgeLabel;resizable=0;html=1;;align=left;verticalAlign=bottom;" parent="9t8VDN-Mv_ii3HWVubfZ-126" connectable="0" vertex="1">
          <mxGeometry x="-1" relative="1" as="geometry">
            <mxPoint x="-40" y="25" as="offset" />
          </mxGeometry>
        </mxCell>
        <mxCell id="9t8VDN-Mv_ii3HWVubfZ-129" value="&lt;font style=&quot;font-size: 15px;&quot;&gt;*&lt;/font&gt;" style="edgeLabel;resizable=0;html=1;;align=right;verticalAlign=bottom;" parent="9t8VDN-Mv_ii3HWVubfZ-126" connectable="0" vertex="1">
          <mxGeometry x="1" relative="1" as="geometry">
            <mxPoint x="20" y="21" as="offset" />
          </mxGeometry>
        </mxCell>
        <mxCell id="9t8VDN-Mv_ii3HWVubfZ-130" value="" style="endArrow=open;html=1;rounded=0;exitX=1;exitY=0.5;exitDx=0;exitDy=0;entryX=1;entryY=0.5;entryDx=0;entryDy=0;endFill=0;" parent="WIyWlLk6GJQsqaUBKTNV-1" source="9t8VDN-Mv_ii3HWVubfZ-44" target="9t8VDN-Mv_ii3HWVubfZ-189" edge="1">
          <mxGeometry relative="1" as="geometry">
            <mxPoint x="770" y="90" as="sourcePoint" />
            <mxPoint x="760" y="925" as="targetPoint" />
            <Array as="points">
              <mxPoint x="960" y="123" />
-               <mxPoint x="960" y="909" />
+               <mxPoint x="960" y="929" />
            </Array>
          </mxGeometry>
        </mxCell>
        <mxCell id="9t8VDN-Mv_ii3HWVubfZ-131" value="&lt;font style=&quot;font-size: 15px;&quot;&gt;fills out&lt;/font&gt;" style="edgeLabel;resizable=0;html=1;;align=center;verticalAlign=middle;" parent="9t8VDN-Mv_ii3HWVubfZ-130" connectable="0" vertex="1">
          <mxGeometry relative="1" as="geometry">
            <mxPoint y="187" as="offset" />
          </mxGeometry>
        </mxCell>
        <mxCell id="9t8VDN-Mv_ii3HWVubfZ-132" value="&lt;font style=&quot;font-size: 15px;&quot;&gt;1&lt;/font&gt;" style="edgeLabel;resizable=0;html=1;;align=left;verticalAlign=bottom;" parent="9t8VDN-Mv_ii3HWVubfZ-130" connectable="0" vertex="1">
          <mxGeometry x="-1" relative="1" as="geometry">
            <mxPoint x="10" as="offset" />
          </mxGeometry>
        </mxCell>
        <mxCell id="9t8VDN-Mv_ii3HWVubfZ-133" value="&lt;font style=&quot;font-size: 15px;&quot;&gt;*&lt;/font&gt;" style="edgeLabel;resizable=0;html=1;;align=right;verticalAlign=bottom;" parent="9t8VDN-Mv_ii3HWVubfZ-130" connectable="0" vertex="1">
          <mxGeometry x="1" relative="1" as="geometry">
            <mxPoint x="20" y="-2" as="offset" />
          </mxGeometry>
        </mxCell>
        <mxCell id="9t8VDN-Mv_ii3HWVubfZ-135" value="InternshipQuestionnaire" style="swimlane;fontStyle=1;align=center;verticalAlign=top;childLayout=stackLayout;horizontal=1;startSize=26;horizontalStack=0;resizeParent=1;resizeParentMax=0;resizeLast=0;collapsible=1;marginBottom=0;whiteSpace=wrap;html=1;" parent="WIyWlLk6GJQsqaUBKTNV-1" vertex="1">
          <mxGeometry x="320" y="849" width="160" height="60" as="geometry" />
        </mxCell>
        <mxCell id="9t8VDN-Mv_ii3HWVubfZ-137" value="" style="line;strokeWidth=1;fillColor=none;align=left;verticalAlign=middle;spacingTop=-1;spacingLeft=3;spacingRight=3;rotatable=0;labelPosition=right;points=[];portConstraint=eastwest;strokeColor=inherit;" parent="9t8VDN-Mv_ii3HWVubfZ-135" vertex="1">
          <mxGeometry y="26" width="160" height="34" as="geometry" />
        </mxCell>
        <mxCell id="9t8VDN-Mv_ii3HWVubfZ-139" value="ActiveInternship" style="swimlane;fontStyle=1;align=center;verticalAlign=top;childLayout=stackLayout;horizontal=1;startSize=26;horizontalStack=0;resizeParent=1;resizeParentMax=0;resizeLast=0;collapsible=1;marginBottom=0;whiteSpace=wrap;html=1;" parent="WIyWlLk6GJQsqaUBKTNV-1" vertex="1">
          <mxGeometry x="80" y="849" width="160" height="90" as="geometry" />
        </mxCell>
        <mxCell id="9t8VDN-Mv_ii3HWVubfZ-140" value="&lt;div&gt;+ activeIntID : int&lt;/div&gt;+ startingDate : Date" style="text;strokeColor=none;fillColor=none;align=left;verticalAlign=top;spacingLeft=4;spacingRight=4;overflow=hidden;rotatable=0;points=[[0,0.5],[1,0.5]];portConstraint=eastwest;whiteSpace=wrap;html=1;" parent="9t8VDN-Mv_ii3HWVubfZ-139" vertex="1">
          <mxGeometry y="26" width="160" height="44" as="geometry" />
        </mxCell>
        <mxCell id="9t8VDN-Mv_ii3HWVubfZ-141" value="" style="line;strokeWidth=1;fillColor=none;align=left;verticalAlign=middle;spacingTop=-1;spacingLeft=3;spacingRight=3;rotatable=0;labelPosition=right;points=[];portConstraint=eastwest;strokeColor=inherit;" parent="9t8VDN-Mv_ii3HWVubfZ-139" vertex="1">
          <mxGeometry y="70" width="160" height="20" as="geometry" />
        </mxCell>
        <mxCell id="9t8VDN-Mv_ii3HWVubfZ-143" value="MatchingQuestionnaire" style="swimlane;fontStyle=1;align=center;verticalAlign=top;childLayout=stackLayout;horizontal=1;startSize=26;horizontalStack=0;resizeParent=1;resizeParentMax=0;resizeLast=0;collapsible=1;marginBottom=0;whiteSpace=wrap;html=1;" parent="WIyWlLk6GJQsqaUBKTNV-1" vertex="1">
          <mxGeometry x="320" y="740" width="160" height="60" as="geometry" />
        </mxCell>
        <mxCell id="9t8VDN-Mv_ii3HWVubfZ-145" value="" style="line;strokeWidth=1;fillColor=none;align=left;verticalAlign=middle;spacingTop=-1;spacingLeft=3;spacingRight=3;rotatable=0;labelPosition=right;points=[];portConstraint=eastwest;strokeColor=inherit;" parent="9t8VDN-Mv_ii3HWVubfZ-143" vertex="1">
          <mxGeometry y="26" width="160" height="34" as="geometry" />
        </mxCell>
-         <mxCell id="9t8VDN-Mv_ii3HWVubfZ-147" value="" style="endArrow=block;endSize=16;endFill=0;html=1;rounded=0;entryX=0;entryY=0;entryDx=0;entryDy=0;exitX=0.75;exitY=1;exitDx=0;exitDy=0;" parent="WIyWlLk6GJQsqaUBKTNV-1" source="9t8VDN-Mv_ii3HWVubfZ-143" edge="1">
+         <mxCell id="9t8VDN-Mv_ii3HWVubfZ-147" value="" style="endArrow=block;endSize=16;endFill=0;html=1;rounded=0;entryX=0;entryY=0;entryDx=0;entryDy=0;exitX=0.75;exitY=1;exitDx=0;exitDy=0;" parent="WIyWlLk6GJQsqaUBKTNV-1" source="9t8VDN-Mv_ii3HWVubfZ-143" edge="1" target="9t8VDN-Mv_ii3HWVubfZ-188">
          <mxGeometry width="160" relative="1" as="geometry">
            <mxPoint x="480" y="783" as="sourcePoint" />
            <mxPoint x="600" y="870" as="targetPoint" />
          </mxGeometry>
        </mxCell>
        <mxCell id="9t8VDN-Mv_ii3HWVubfZ-148" value="" style="endArrow=block;endSize=16;endFill=0;html=1;rounded=0;entryX=0;entryY=0.25;entryDx=0;entryDy=0;exitX=1;exitY=0.5;exitDx=0;exitDy=0;" parent="WIyWlLk6GJQsqaUBKTNV-1" target="9t8VDN-Mv_ii3HWVubfZ-188" edge="1">
          <mxGeometry width="160" relative="1" as="geometry">
            <mxPoint x="480" y="888" as="sourcePoint" />
            <mxPoint x="600" y="925" as="targetPoint" />
          </mxGeometry>
        </mxCell>
        <mxCell id="9t8VDN-Mv_ii3HWVubfZ-149" value="" style="endArrow=none;html=1;rounded=0;startArrow=none;startFill=0;endFill=0;exitX=0;exitY=0.5;exitDx=0;exitDy=0;entryX=0.25;entryY=0;entryDx=0;entryDy=0;" parent="WIyWlLk6GJQsqaUBKTNV-1" source="9t8VDN-Mv_ii3HWVubfZ-81" target="9t8VDN-Mv_ii3HWVubfZ-143" edge="1">
          <mxGeometry relative="1" as="geometry">
            <mxPoint x="210" y="680" as="sourcePoint" />
            <mxPoint x="520" y="846" as="targetPoint" />
            <Array as="points">
              <mxPoint x="360" y="598" />
            </Array>
          </mxGeometry>
        </mxCell>
        <mxCell id="9t8VDN-Mv_ii3HWVubfZ-150" value="&lt;font style=&quot;font-size: 15px;&quot;&gt;refers to&lt;/font&gt;" style="edgeLabel;resizable=0;html=1;;align=center;verticalAlign=middle;" parent="9t8VDN-Mv_ii3HWVubfZ-149" connectable="0" vertex="1">
          <mxGeometry relative="1" as="geometry">
            <mxPoint x="-10" y="9" as="offset" />
          </mxGeometry>
        </mxCell>
        <mxCell id="9t8VDN-Mv_ii3HWVubfZ-151" value="&lt;font style=&quot;font-size: 15px;&quot;&gt;1&lt;/font&gt;" style="edgeLabel;resizable=0;html=1;;align=left;verticalAlign=bottom;" parent="9t8VDN-Mv_ii3HWVubfZ-149" connectable="0" vertex="1">
          <mxGeometry x="-1" relative="1" as="geometry">
            <mxPoint x="-20" y="-3" as="offset" />
          </mxGeometry>
        </mxCell>
-         <mxCell id="9t8VDN-Mv_ii3HWVubfZ-152" value="&lt;font style=&quot;font-size: 15px;&quot;&gt;1&lt;/font&gt;" style="edgeLabel;resizable=0;html=1;;align=right;verticalAlign=bottom;" parent="9t8VDN-Mv_ii3HWVubfZ-149" connectable="0" vertex="1">
+         <mxCell id="9t8VDN-Mv_ii3HWVubfZ-152" value="&lt;font style=&quot;font-size: 15px;&quot;&gt;2&lt;/font&gt;" style="edgeLabel;resizable=0;html=1;;align=right;verticalAlign=bottom;" parent="9t8VDN-Mv_ii3HWVubfZ-149" connectable="0" vertex="1">
          <mxGeometry x="1" relative="1" as="geometry">
            <mxPoint x="-10" y="-11" as="offset" />
          </mxGeometry>
        </mxCell>
        <mxCell id="9t8VDN-Mv_ii3HWVubfZ-153" value="" style="endArrow=none;html=1;rounded=0;startArrow=none;startFill=0;endFill=0;exitX=1.008;exitY=0.301;exitDx=0;exitDy=0;entryX=0;entryY=0.5;entryDx=0;entryDy=0;exitPerimeter=0;" parent="WIyWlLk6GJQsqaUBKTNV-1" source="9t8VDN-Mv_ii3HWVubfZ-140" edge="1">
          <mxGeometry relative="1" as="geometry">
            <mxPoint x="180" y="760" as="sourcePoint" />
            <mxPoint x="320.0000000000001" y="888" as="targetPoint" />
            <Array as="points" />
          </mxGeometry>
        </mxCell>
        <mxCell id="9t8VDN-Mv_ii3HWVubfZ-154" value="&lt;font style=&quot;font-size: 15px;&quot;&gt;refers to&lt;/font&gt;" style="edgeLabel;resizable=0;html=1;;align=center;verticalAlign=middle;" parent="9t8VDN-Mv_ii3HWVubfZ-153" connectable="0" vertex="1">
          <mxGeometry relative="1" as="geometry">
            <mxPoint y="11" as="offset" />
          </mxGeometry>
        </mxCell>
        <mxCell id="9t8VDN-Mv_ii3HWVubfZ-155" value="&lt;font style=&quot;font-size: 15px;&quot;&gt;1&lt;/font&gt;" style="edgeLabel;resizable=0;html=1;;align=left;verticalAlign=bottom;" parent="9t8VDN-Mv_ii3HWVubfZ-153" connectable="0" vertex="1">
          <mxGeometry x="-1" relative="1" as="geometry">
            <mxPoint x="10" y="-3" as="offset" />
          </mxGeometry>
        </mxCell>
-         <mxCell id="9t8VDN-Mv_ii3HWVubfZ-156" value="&lt;font style=&quot;font-size: 15px;&quot;&gt;1&lt;/font&gt;" style="edgeLabel;resizable=0;html=1;;align=right;verticalAlign=bottom;" parent="9t8VDN-Mv_ii3HWVubfZ-153" connectable="0" vertex="1">
+         <mxCell id="9t8VDN-Mv_ii3HWVubfZ-156" value="&lt;font style=&quot;font-size: 15px;&quot;&gt;2&lt;/font&gt;" style="edgeLabel;resizable=0;html=1;;align=right;verticalAlign=bottom;" parent="9t8VDN-Mv_ii3HWVubfZ-153" connectable="0" vertex="1">
          <mxGeometry x="1" relative="1" as="geometry">
            <mxPoint x="-10" y="-9" as="offset" />
          </mxGeometry>
        </mxCell>
        <mxCell id="9t8VDN-Mv_ii3HWVubfZ-157" value="Message" style="swimlane;fontStyle=1;align=center;verticalAlign=top;childLayout=stackLayout;horizontal=1;startSize=26;horizontalStack=0;resizeParent=1;resizeParentMax=0;resizeLast=0;collapsible=1;marginBottom=0;whiteSpace=wrap;html=1;" parent="WIyWlLk6GJQsqaUBKTNV-1" vertex="1">
          <mxGeometry x="80" y="631" width="160" height="120" as="geometry" />
        </mxCell>
        <mxCell id="9t8VDN-Mv_ii3HWVubfZ-158" value="+ messageID : int&lt;div&gt;+ object : String&lt;/div&gt;&lt;div&gt;+ text : String&lt;/div&gt;&lt;div&gt;+ sendingTS : Timestamp&lt;/div&gt;&lt;div&gt;&lt;br&gt;&lt;/div&gt;" style="text;strokeColor=none;fillColor=none;align=left;verticalAlign=top;spacingLeft=4;spacingRight=4;overflow=hidden;rotatable=0;points=[[0,0.5],[1,0.5]];portConstraint=eastwest;whiteSpace=wrap;html=1;" parent="9t8VDN-Mv_ii3HWVubfZ-157" vertex="1">
          <mxGeometry y="26" width="160" height="64" as="geometry" />
        </mxCell>
        <mxCell id="9t8VDN-Mv_ii3HWVubfZ-159" value="" style="line;strokeWidth=1;fillColor=none;align=left;verticalAlign=middle;spacingTop=-1;spacingLeft=3;spacingRight=3;rotatable=0;labelPosition=right;points=[];portConstraint=eastwest;strokeColor=inherit;" parent="9t8VDN-Mv_ii3HWVubfZ-157" vertex="1">
          <mxGeometry y="90" width="160" height="30" as="geometry" />
        </mxCell>
        <mxCell id="9t8VDN-Mv_ii3HWVubfZ-161" value="" style="endArrow=none;html=1;rounded=0;startArrow=none;startFill=0;endFill=0;exitX=0.5;exitY=0;exitDx=0;exitDy=0;" parent="WIyWlLk6GJQsqaUBKTNV-1" source="9t8VDN-Mv_ii3HWVubfZ-139" edge="1">
          <mxGeometry relative="1" as="geometry">
            <mxPoint x="140" y="790" as="sourcePoint" />
            <mxPoint x="161" y="750" as="targetPoint" />
            <Array as="points" />
          </mxGeometry>
        </mxCell>
        <mxCell id="9t8VDN-Mv_ii3HWVubfZ-162" value="&lt;font style=&quot;font-size: 15px;&quot;&gt;regards&lt;/font&gt;" style="edgeLabel;resizable=0;html=1;;align=center;verticalAlign=middle;" parent="9t8VDN-Mv_ii3HWVubfZ-161" connectable="0" vertex="1">
          <mxGeometry relative="1" as="geometry">
            <mxPoint y="-3" as="offset" />
          </mxGeometry>
        </mxCell>
        <mxCell id="9t8VDN-Mv_ii3HWVubfZ-163" value="&lt;font style=&quot;font-size: 15px;&quot;&gt;1&lt;/font&gt;" style="edgeLabel;resizable=0;html=1;;align=left;verticalAlign=bottom;" parent="9t8VDN-Mv_ii3HWVubfZ-161" connectable="0" vertex="1">
          <mxGeometry x="-1" relative="1" as="geometry">
            <mxPoint x="-20" y="-3" as="offset" />
          </mxGeometry>
        </mxCell>
        <mxCell id="9t8VDN-Mv_ii3HWVubfZ-164" value="&lt;font style=&quot;font-size: 15px;&quot;&gt;*&lt;/font&gt;" style="edgeLabel;resizable=0;html=1;;align=right;verticalAlign=bottom;" parent="9t8VDN-Mv_ii3HWVubfZ-161" connectable="0" vertex="1">
          <mxGeometry x="1" relative="1" as="geometry">
            <mxPoint x="-11" y="22" as="offset" />
          </mxGeometry>
        </mxCell>
        <mxCell id="9t8VDN-Mv_ii3HWVubfZ-165" value="" style="endArrow=none;html=1;rounded=0;startArrow=open;startFill=0;endFill=0;entryX=0;entryY=0.5;entryDx=0;entryDy=0;" parent="WIyWlLk6GJQsqaUBKTNV-1" target="9t8VDN-Mv_ii3HWVubfZ-44" edge="1">
          <mxGeometry relative="1" as="geometry">
            <mxPoint x="100" y="630" as="sourcePoint" />
            <mxPoint x="60" y="507" as="targetPoint" />
            <Array as="points">
              <mxPoint x="100" y="123" />
            </Array>
          </mxGeometry>
        </mxCell>
        <mxCell id="9t8VDN-Mv_ii3HWVubfZ-166" value="&lt;font style=&quot;font-size: 15px;&quot;&gt;recieves&lt;/font&gt;" style="edgeLabel;resizable=0;html=1;;align=center;verticalAlign=middle;" parent="9t8VDN-Mv_ii3HWVubfZ-165" connectable="0" vertex="1">
          <mxGeometry relative="1" as="geometry">
            <mxPoint y="111" as="offset" />
          </mxGeometry>
        </mxCell>
        <mxCell id="9t8VDN-Mv_ii3HWVubfZ-167" value="&lt;font style=&quot;font-size: 15px;&quot;&gt;*&lt;/font&gt;" style="edgeLabel;resizable=0;html=1;;align=left;verticalAlign=bottom;" parent="9t8VDN-Mv_ii3HWVubfZ-165" connectable="0" vertex="1">
          <mxGeometry x="-1" relative="1" as="geometry">
            <mxPoint x="-20" y="-3" as="offset" />
          </mxGeometry>
        </mxCell>
        <mxCell id="9t8VDN-Mv_ii3HWVubfZ-168" value="&lt;font style=&quot;font-size: 15px;&quot;&gt;1&lt;/font&gt;" style="edgeLabel;resizable=0;html=1;;align=right;verticalAlign=bottom;" parent="9t8VDN-Mv_ii3HWVubfZ-165" connectable="0" vertex="1">
          <mxGeometry x="1" relative="1" as="geometry">
            <mxPoint x="-10" y="22" as="offset" />
          </mxGeometry>
        </mxCell>
        <mxCell id="9t8VDN-Mv_ii3HWVubfZ-169" value="" style="endArrow=none;html=1;rounded=0;startArrow=open;startFill=0;endFill=0;entryX=0;entryY=0.25;entryDx=0;entryDy=0;exitX=0;exitY=0.5;exitDx=0;exitDy=0;" parent="WIyWlLk6GJQsqaUBKTNV-1" source="9t8VDN-Mv_ii3HWVubfZ-158" target="9t8VDN-Mv_ii3HWVubfZ-43" edge="1">
          <mxGeometry relative="1" as="geometry">
            <mxPoint x="50" y="700" as="sourcePoint" />
            <mxPoint x="340" y="-172" as="targetPoint" />
            <Array as="points">
              <mxPoint x="50" y="689" />
              <mxPoint x="50" y="103" />
            </Array>
          </mxGeometry>
        </mxCell>
        <mxCell id="9t8VDN-Mv_ii3HWVubfZ-170" value="&lt;font style=&quot;font-size: 15px;&quot;&gt;sends&lt;/font&gt;" style="edgeLabel;resizable=0;html=1;;align=center;verticalAlign=middle;" parent="9t8VDN-Mv_ii3HWVubfZ-169" connectable="0" vertex="1">
          <mxGeometry relative="1" as="geometry">
            <mxPoint y="9" as="offset" />
          </mxGeometry>
        </mxCell>
        <mxCell id="9t8VDN-Mv_ii3HWVubfZ-171" value="&lt;font style=&quot;font-size: 15px;&quot;&gt;*&lt;/font&gt;" style="edgeLabel;resizable=0;html=1;;align=left;verticalAlign=bottom;" parent="9t8VDN-Mv_ii3HWVubfZ-169" connectable="0" vertex="1">
          <mxGeometry x="-1" relative="1" as="geometry">
            <mxPoint x="-20" y="-3" as="offset" />
          </mxGeometry>
        </mxCell>
        <mxCell id="9t8VDN-Mv_ii3HWVubfZ-172" value="&lt;font style=&quot;font-size: 15px;&quot;&gt;1&lt;/font&gt;" style="edgeLabel;resizable=0;html=1;;align=right;verticalAlign=bottom;" parent="9t8VDN-Mv_ii3HWVubfZ-169" connectable="0" vertex="1">
          <mxGeometry x="1" relative="1" as="geometry">
            <mxPoint x="-10" as="offset" />
          </mxGeometry>
        </mxCell>
        <mxCell id="9t8VDN-Mv_ii3HWVubfZ-173" value="" style="endArrow=none;html=1;rounded=0;startArrow=none;startFill=0;endFill=0;exitX=0.25;exitY=0;exitDx=0;exitDy=0;entryX=1.007;entryY=0.913;entryDx=0;entryDy=0;entryPerimeter=0;" parent="WIyWlLk6GJQsqaUBKTNV-1" source="9t8VDN-Mv_ii3HWVubfZ-115" target="9t8VDN-Mv_ii3HWVubfZ-81" edge="1">
          <mxGeometry relative="1" as="geometry">
            <mxPoint x="640" y="640" as="sourcePoint" />
            <mxPoint x="510" y="640" as="targetPoint" />
            <Array as="points">
              <mxPoint x="790" y="680" />
              <mxPoint x="610" y="680" />
              <mxPoint x="610" y="616" />
            </Array>
          </mxGeometry>
        </mxCell>
        <mxCell id="9t8VDN-Mv_ii3HWVubfZ-174" value="&lt;font style=&quot;font-size: 15px;&quot;&gt;regards&lt;/font&gt;" style="edgeLabel;resizable=0;html=1;;align=center;verticalAlign=middle;" parent="9t8VDN-Mv_ii3HWVubfZ-173" connectable="0" vertex="1">
          <mxGeometry relative="1" as="geometry">
            <mxPoint x="5" as="offset" />
          </mxGeometry>
        </mxCell>
-         <mxCell id="9t8VDN-Mv_ii3HWVubfZ-175" value="&lt;font style=&quot;font-size: 15px;&quot;&gt;1&lt;/font&gt;" style="edgeLabel;resizable=0;html=1;;align=left;verticalAlign=bottom;" parent="9t8VDN-Mv_ii3HWVubfZ-173" connectable="0" vertex="1">
-           <mxGeometry x="-1" relative="1" as="geometry">
-             <mxPoint x="-20" y="-3" as="offset" />
+         <mxCell id="9t8VDN-Mv_ii3HWVubfZ-175" value="&lt;font style=&quot;font-size: 15px;&quot;&gt;0..1&lt;/font&gt;" style="edgeLabel;resizable=0;html=1;;align=left;verticalAlign=bottom;" parent="9t8VDN-Mv_ii3HWVubfZ-173" connectable="0" vertex="1">
+           <mxGeometry x="-1" relative="1" as="geometry">
+             <mxPoint x="-40" y="-3" as="offset" />
          </mxGeometry>
        </mxCell>
        <mxCell id="9t8VDN-Mv_ii3HWVubfZ-176" value="&lt;font style=&quot;font-size: 15px;&quot;&gt;1&lt;/font&gt;" style="edgeLabel;resizable=0;html=1;;align=right;verticalAlign=bottom;imageWidth=38;imageHeight=33;" parent="9t8VDN-Mv_ii3HWVubfZ-173" connectable="0" vertex="1">
          <mxGeometry x="1" relative="1" as="geometry">
            <mxPoint x="20" y="24" as="offset" />
          </mxGeometry>
        </mxCell>
        <mxCell id="9t8VDN-Mv_ii3HWVubfZ-177" value="" style="endArrow=none;html=1;rounded=0;startArrow=none;startFill=0;endFill=0;exitX=0;exitY=0.25;exitDx=0;exitDy=0;entryX=0.75;entryY=0;entryDx=0;entryDy=0;" parent="WIyWlLk6GJQsqaUBKTNV-1" source="9t8VDN-Mv_ii3HWVubfZ-80" target="9t8VDN-Mv_ii3HWVubfZ-139" edge="1">
          <mxGeometry relative="1" as="geometry">
            <mxPoint x="290" y="600" as="sourcePoint" />
            <mxPoint x="240" y="707" as="targetPoint" />
            <Array as="points">
              <mxPoint x="270" y="573" />
              <mxPoint x="270" y="800" />
              <mxPoint x="200" y="800" />
            </Array>
          </mxGeometry>
        </mxCell>
        <mxCell id="9t8VDN-Mv_ii3HWVubfZ-178" value="&lt;font style=&quot;font-size: 15px;&quot;&gt;refers to&lt;/font&gt;" style="edgeLabel;resizable=0;html=1;;align=center;verticalAlign=middle;" parent="9t8VDN-Mv_ii3HWVubfZ-177" connectable="0" vertex="1">
          <mxGeometry relative="1" as="geometry">
            <mxPoint y="-77" as="offset" />
          </mxGeometry>
        </mxCell>
        <mxCell id="9t8VDN-Mv_ii3HWVubfZ-179" value="&lt;font style=&quot;font-size: 15px;&quot;&gt;1&lt;/font&gt;" style="edgeLabel;resizable=0;html=1;;align=left;verticalAlign=bottom;" parent="9t8VDN-Mv_ii3HWVubfZ-177" connectable="0" vertex="1">
          <mxGeometry x="-1" relative="1" as="geometry">
            <mxPoint x="-20" y="-3" as="offset" />
          </mxGeometry>
        </mxCell>
        <mxCell id="9t8VDN-Mv_ii3HWVubfZ-180" value="&lt;font style=&quot;font-size: 15px;&quot;&gt;0..1&lt;/font&gt;" style="edgeLabel;resizable=0;html=1;;align=right;verticalAlign=bottom;" parent="9t8VDN-Mv_ii3HWVubfZ-177" connectable="0" vertex="1">
          <mxGeometry x="1" relative="1" as="geometry">
            <mxPoint x="40" y="-9" as="offset" />
          </mxGeometry>
        </mxCell>
        <mxCell id="9t8VDN-Mv_ii3HWVubfZ-188" value="SatisfactionQuestionnaire" style="swimlane;fontStyle=1;align=center;verticalAlign=top;childLayout=stackLayout;horizontal=1;startSize=26;horizontalStack=0;resizeParent=1;resizeParentMax=0;resizeLast=0;collapsible=1;marginBottom=0;whiteSpace=wrap;html=1;" parent="WIyWlLk6GJQsqaUBKTNV-1" vertex="1">
-           <mxGeometry x="600" y="870" width="160" height="70" as="geometry" />
+           <mxGeometry x="600" y="890" width="160" height="70" as="geometry" />
        </mxCell>
        <mxCell id="9t8VDN-Mv_ii3HWVubfZ-189" value="+ evaluation : boolean" style="text;strokeColor=none;fillColor=none;align=left;verticalAlign=top;spacingLeft=4;spacingRight=4;overflow=hidden;rotatable=0;points=[[0,0.5],[1,0.5]];portConstraint=eastwest;whiteSpace=wrap;html=1;" parent="9t8VDN-Mv_ii3HWVubfZ-188" vertex="1">
          <mxGeometry y="26" width="160" height="26" as="geometry" />
        </mxCell>
        <mxCell id="9t8VDN-Mv_ii3HWVubfZ-190" value="" style="line;strokeWidth=1;fillColor=none;align=left;verticalAlign=middle;spacingTop=-1;spacingLeft=3;spacingRight=3;rotatable=0;labelPosition=right;points=[];portConstraint=eastwest;strokeColor=inherit;" parent="9t8VDN-Mv_ii3HWVubfZ-188" vertex="1">
          <mxGeometry y="52" width="160" height="18" as="geometry" />
        </mxCell>
        <mxCell id="9t8VDN-Mv_ii3HWVubfZ-194" value="" style="endArrow=none;html=1;rounded=0;exitX=1.009;exitY=0.36;exitDx=0;exitDy=0;exitPerimeter=0;entryX=-0.022;entryY=0.253;entryDx=0;entryDy=0;entryPerimeter=0;startArrow=open;startFill=0;endFill=0;" parent="WIyWlLk6GJQsqaUBKTNV-1" edge="1">
          <mxGeometry relative="1" as="geometry">
            <mxPoint x="309.9999999999998" y="249.4899999999999" as="sourcePoint" />
            <mxPoint x="630.8800000000001" y="250.50199999999995" as="targetPoint" />
          </mxGeometry>
        </mxCell>
        <mxCell id="9t8VDN-Mv_ii3HWVubfZ-195" value="&lt;font style=&quot;font-size: 15px;&quot;&gt;admits/rejects&lt;/font&gt;" style="edgeLabel;resizable=0;html=1;;align=center;verticalAlign=middle;" parent="9t8VDN-Mv_ii3HWVubfZ-194" connectable="0" vertex="1">
          <mxGeometry relative="1" as="geometry">
            <mxPoint x="-20" as="offset" />
          </mxGeometry>
        </mxCell>
        <mxCell id="9t8VDN-Mv_ii3HWVubfZ-196" value="&lt;font style=&quot;font-size: 15px;&quot;&gt;*&lt;/font&gt;" style="edgeLabel;resizable=0;html=1;;align=left;verticalAlign=bottom;" parent="9t8VDN-Mv_ii3HWVubfZ-194" connectable="0" vertex="1">
          <mxGeometry x="-1" relative="1" as="geometry">
            <mxPoint x="10" y="-9" as="offset" />
          </mxGeometry>
        </mxCell>
        <mxCell id="9t8VDN-Mv_ii3HWVubfZ-197" value="&lt;font style=&quot;font-size: 15px;&quot;&gt;*&lt;/font&gt;" style="edgeLabel;resizable=0;html=1;;align=right;verticalAlign=bottom;" parent="9t8VDN-Mv_ii3HWVubfZ-194" connectable="0" vertex="1">
          <mxGeometry x="1" relative="1" as="geometry" />
        </mxCell>
        <mxCell id="9t8VDN-Mv_ii3HWVubfZ-206" value="" style="endArrow=none;dashed=1;html=1;strokeWidth=2;rounded=0;exitX=0.25;exitY=0;exitDx=0;exitDy=0;" parent="WIyWlLk6GJQsqaUBKTNV-1" source="9t8VDN-Mv_ii3HWVubfZ-53" edge="1">
          <mxGeometry width="50" height="50" relative="1" as="geometry">
            <mxPoint x="640" y="406" as="sourcePoint" />
            <mxPoint x="540" y="250" as="targetPoint" />
          </mxGeometry>
        </mxCell>
      </root>
    </mxGraphModel>
  </diagram>
</mxfile>
